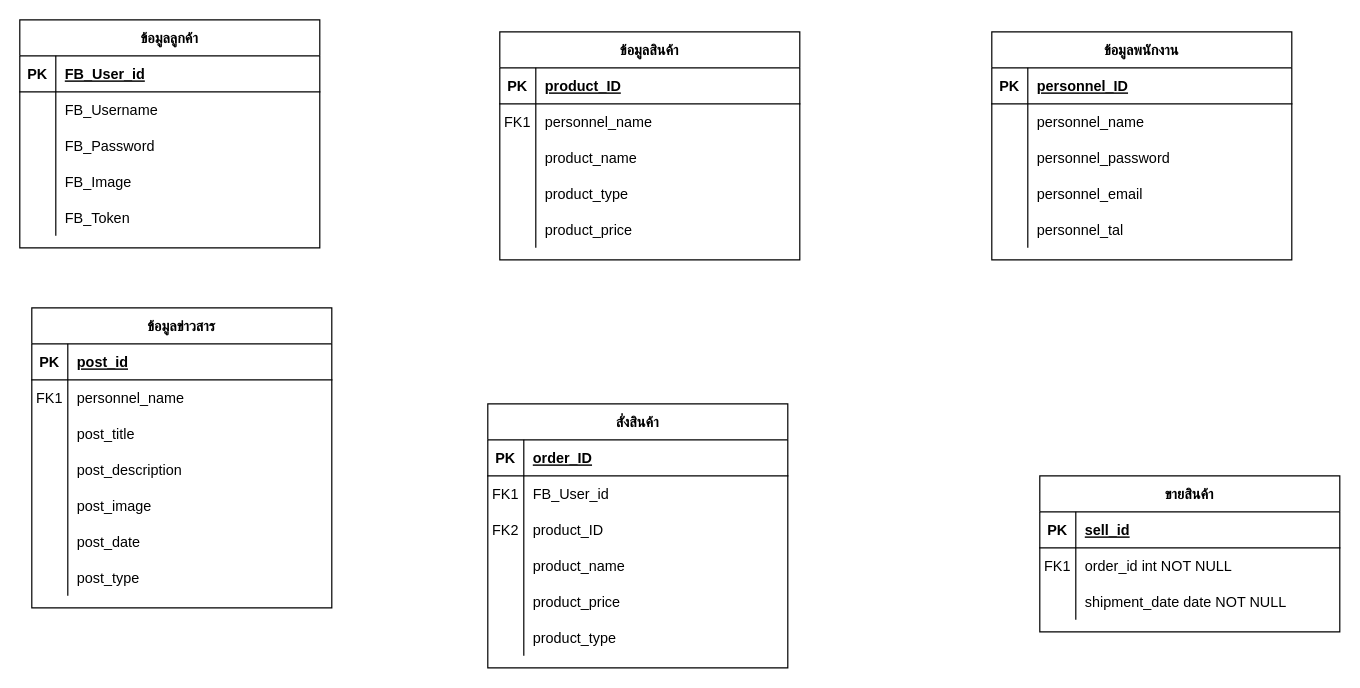
This is ER-DG.drawio from xX-AULGZ-Xx/error.github.io, a draw.io file, before an edit. Source tidied: cells renumbered, new cells numbered last; positions are measured from the earlier drawing's top-left corner, leaving out a move shared by most shapes. Both pictures are drawn from the tidied source at 120%, with x=0, y=0 at pixel (19, 19).
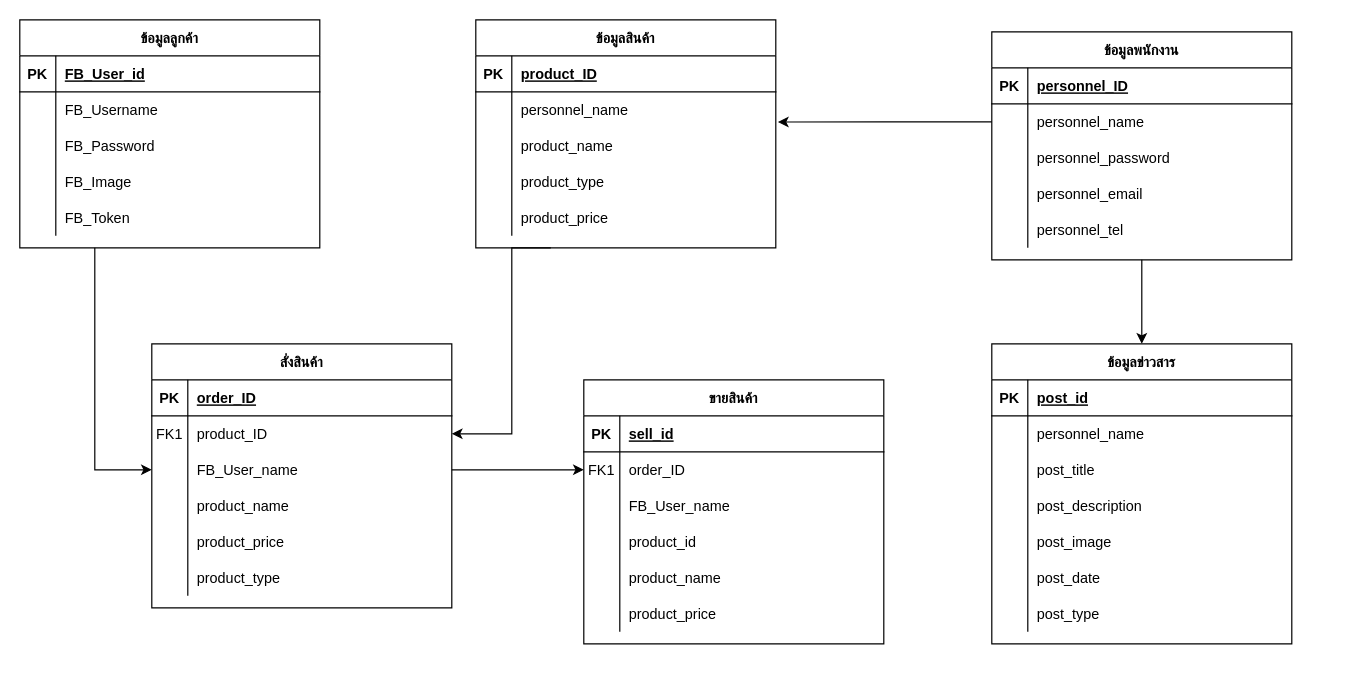
Above is the later version.

Unchanged cells that the change refers to:
```xml
<mxCell id="6" style="shape=partialRectangle;fillColor=none;points=[[0,0.5],[1,0.5]];portConstraint=eastwest;top=0;left=0;right=0;bottom=0;" parent="2" vertex="1">
  <mxGeometry y="60" width="250" height="30" as="geometry" />
</mxCell>
<mxCell id="18" value="ข้อมูลพนักงาน" style="shape=table;startSize=30;childLayout=tableLayout;rowLines=0;fontStyle=1;align=center;" parent="1" vertex="1">
  <mxGeometry x="810" y="10" width="250" height="190" as="geometry" />
</mxCell>
<mxCell id="22" style="shape=partialRectangle;fillColor=none;points=[[0,0.5],[1,0.5]];portConstraint=eastwest;top=0;left=0;right=0;bottom=0;" parent="18" vertex="1">
  <mxGeometry y="60" width="250" height="30" as="geometry" />
</mxCell>
<mxCell id="31" style="shape=partialRectangle;fillColor=none;top=0;left=0;right=0;bottom=0;" parent="18" vertex="1">
  <mxGeometry y="150" width="250" height="30" as="geometry" />
</mxCell>
<mxCell id="34" value="ข้อมูลลูกค้า" style="shape=table;startSize=30;childLayout=tableLayout;rowLines=0;fontStyle=1;align=center;" parent="1" vertex="1">
  <mxGeometry width="250" height="190" as="geometry" />
</mxCell>
<mxCell id="54" style="shape=partialRectangle;fillColor=none;top=0;left=0;right=0;bottom=0;" parent="50" vertex="1">
  <mxGeometry y="60" width="250" height="30" as="geometry" />
</mxCell>
<mxCell id="76" style="shape=partialRectangle;fillColor=none;points=[[0,0.5],[1,0.5]];portConstraint=eastwest;top=0;left=0;right=0;bottom=0;" parent="72" vertex="1">
  <mxGeometry y="60" width="250" height="30" as="geometry" />
</mxCell>
<mxCell id="79" style="shape=partialRectangle;fillColor=none;points=[[0,0.5],[1,0.5]];portConstraint=eastwest;top=0;left=0;right=0;bottom=0;" parent="72" vertex="1">
  <mxGeometry y="90" width="250" height="30" as="geometry" />
</mxCell>
<mxCell id="95" style="shape=partialRectangle;fillColor=none;points=[[0,0.5],[1,0.5]];portConstraint=eastwest;top=0;left=0;right=0;bottom=0;" parent="91" vertex="1">
  <mxGeometry y="60" width="250" height="30" as="geometry" />
</mxCell>
```

The edit, as a diff of the source:
```diff
@@
+    <mxCell id="101" style="edgeStyle=orthogonalEdgeStyle;rounded=0;jettySize=auto;html=1;exitX=0.25;exitY=1;exitDx=0;exitDy=0;entryX=1;entryY=0.5;entryDx=0;entryDy=0;" parent="1" edge="1" source="2" target="76">
+      <mxGeometry relative="1" as="geometry">
+        <Array as="points">
+          <mxPoint x="410" y="190" />
+          <mxPoint x="410" y="345" />
+        </Array>
+      </mxGeometry>
+    </mxCell>
     <mxCell id="2" value="ข้อมูลสินค้า" style="shape=table;startSize=30;childLayout=tableLayout;rowLines=0;fontStyle=1;align=center;" parent="1" vertex="1">
-      <mxGeometry x="400" y="10" width="250" height="190" as="geometry" />
+      <mxGeometry x="380" width="250" height="190" as="geometry" />
     </mxCell>
@@
-    <mxCell id="7" value="FK1" style="shape=partialRectangle;overflow=hidden;fillColor=none;top=0;left=0;bottom=0;right=0;" parent="6" vertex="1">
+    <mxCell id="7" style="shape=partialRectangle;overflow=hidden;fillColor=none;top=0;left=0;bottom=0;right=0;" parent="6" vertex="1">
       <mxGeometry width="30" height="30" as="geometry" />
     </mxCell>
@@
+    <mxCell id="102" style="edgeStyle=orthogonalEdgeStyle;rounded=0;jettySize=auto;html=1;exitX=0.5;exitY=1;exitDx=0;exitDy=0;entryX=0.5;entryY=0;entryDx=0;entryDy=0;" parent="1" edge="1" source="18" target="50">
+      <mxGeometry relative="1" as="geometry" />
+    </mxCell>
@@
-    <mxCell id="33" value="personnel_tal" style="shape=partialRectangle;overflow=hidden;fillColor=none;top=0;left=0;bottom=0;right=0;align=left;spacingLeft=6;" parent="31" vertex="1">
+    <mxCell id="33" value="personnel_tel" style="shape=partialRectangle;overflow=hidden;fillColor=none;top=0;left=0;bottom=0;right=0;align=left;spacingLeft=6;" parent="31" vertex="1">
       <mxGeometry x="30" width="220" height="30" as="geometry" />
     </mxCell>
+    <mxCell id="103" style="edgeStyle=orthogonalEdgeStyle;rounded=0;jettySize=auto;html=1;exitX=0.25;exitY=1;exitDx=0;exitDy=0;entryX=0;entryY=0.5;entryDx=0;entryDy=0;" parent="1" edge="1" source="34" target="79">
+      <mxGeometry relative="1" as="geometry" />
+    </mxCell>
@@
     <mxCell id="50" value="ข้อมูลข่าวสาร" style="shape=table;startSize=30;childLayout=tableLayout;rowLines=0;fontStyle=1;align=center;" parent="1" vertex="1">
-      <mxGeometry x="10" y="240" width="250" height="250" as="geometry" />
+      <mxGeometry x="810" y="270" width="250" height="250" as="geometry" />
     </mxCell>
@@
-    <mxCell id="55" value="FK1" style="shape=partialRectangle;overflow=hidden;fillColor=none;top=0;left=0;bottom=0;right=0;" parent="54" vertex="1">
+    <mxCell id="55" style="shape=partialRectangle;overflow=hidden;fillColor=none;top=0;left=0;bottom=0;right=0;" parent="54" vertex="1">
       <mxGeometry width="30" height="30" as="geometry" />
     </mxCell>
@@
     <mxCell id="72" value="สั่งสินค้า" style="shape=table;startSize=30;childLayout=tableLayout;rowLines=0;fontStyle=1;align=center;" parent="1" vertex="1">
-      <mxGeometry x="390" y="320" width="250" height="220" as="geometry" />
+      <mxGeometry x="110" y="270" width="250" height="220" as="geometry" />
     </mxCell>
@@
-    <mxCell id="78" value="FB_User_id" style="shape=partialRectangle;overflow=hidden;fillColor=none;top=0;left=0;bottom=0;right=0;align=left;spacingLeft=6;" parent="76" vertex="1">
+    <mxCell id="78" value="product_ID" style="shape=partialRectangle;overflow=hidden;fillColor=none;top=0;left=0;bottom=0;right=0;align=left;spacingLeft=6;" parent="76" vertex="1">
       <mxGeometry x="30" width="220" height="30" as="geometry" />
     </mxCell>
@@
-    <mxCell id="80" value="FK2" style="shape=partialRectangle;overflow=hidden;fillColor=none;top=0;left=0;bottom=0;right=0;" parent="79" vertex="1">
+    <mxCell id="80" style="shape=partialRectangle;overflow=hidden;fillColor=none;top=0;left=0;bottom=0;right=0;" parent="79" vertex="1">
       <mxGeometry width="30" height="30" as="geometry" />
     </mxCell>
-    <mxCell id="81" value="product_ID" style="shape=partialRectangle;overflow=hidden;fillColor=none;top=0;left=0;bottom=0;right=0;align=left;spacingLeft=6;" parent="79" vertex="1">
+    <mxCell id="81" value="FB_User_name" style="shape=partialRectangle;overflow=hidden;fillColor=none;top=0;left=0;bottom=0;right=0;align=left;spacingLeft=6;" parent="79" vertex="1">
       <mxGeometry x="30" width="220" height="30" as="geometry" />
     </mxCell>
@@
     <mxCell id="91" value="ขายสินค้า" style="shape=table;startSize=30;childLayout=tableLayout;rowLines=0;fontStyle=1;align=center;" parent="1" vertex="1">
-      <mxGeometry x="850" y="380" width="250" height="130" as="geometry" />
+      <mxGeometry x="470" y="300" width="250" height="220" as="geometry" />
     </mxCell>
@@
-    <mxCell id="97" value="order_id int NOT NULL" style="shape=partialRectangle;overflow=hidden;fillColor=none;top=0;left=0;bottom=0;right=0;align=left;spacingLeft=6;" parent="95" vertex="1">
+    <mxCell id="97" value="order_ID" style="shape=partialRectangle;overflow=hidden;fillColor=none;top=0;left=0;bottom=0;right=0;align=left;spacingLeft=6;" parent="95" vertex="1">
       <mxGeometry x="30" width="220" height="30" as="geometry" />
     </mxCell>
+    <mxCell id="104" style="shape=partialRectangle;fillColor=none;top=0;left=0;right=0;bottom=0;" parent="91" vertex="1">
+      <mxGeometry y="90" width="250" height="30" as="geometry" />
+    </mxCell>
+    <mxCell id="105" style="shape=partialRectangle;overflow=hidden;fillColor=none;top=0;left=0;bottom=0;right=0;" parent="104" vertex="1">
+      <mxGeometry width="30" height="30" as="geometry" />
+    </mxCell>
+    <mxCell id="106" value="FB_User_name" style="shape=partialRectangle;overflow=hidden;fillColor=none;top=0;left=0;bottom=0;right=0;align=left;spacingLeft=6;" parent="104" vertex="1">
+      <mxGeometry x="30" width="220" height="30" as="geometry" />
+    </mxCell>
     <mxCell id="98" style="shape=partialRectangle;fillColor=none;top=0;left=0;right=0;bottom=0;" parent="91" vertex="1">
-      <mxGeometry y="90" width="250" height="30" as="geometry" />
+      <mxGeometry y="120" width="250" height="30" as="geometry" />
     </mxCell>
@@
-    <mxCell id="100" value="shipment_date date NOT NULL" style="shape=partialRectangle;overflow=hidden;fillColor=none;top=0;left=0;bottom=0;right=0;align=left;spacingLeft=6;" parent="98" vertex="1">
+    <mxCell id="100" value="product_id" style="shape=partialRectangle;overflow=hidden;fillColor=none;top=0;left=0;bottom=0;right=0;align=left;spacingLeft=6;" parent="98" vertex="1">
       <mxGeometry x="30" width="220" height="30" as="geometry" />
     </mxCell>
+    <mxCell id="107" style="shape=partialRectangle;fillColor=none;top=0;left=0;right=0;bottom=0;" parent="91" vertex="1">
+      <mxGeometry y="150" width="250" height="30" as="geometry" />
+    </mxCell>
+    <mxCell id="108" style="shape=partialRectangle;overflow=hidden;fillColor=none;top=0;left=0;bottom=0;right=0;" parent="107" vertex="1">
+      <mxGeometry width="30" height="30" as="geometry" />
+    </mxCell>
+    <mxCell id="109" value="product_name" style="shape=partialRectangle;overflow=hidden;fillColor=none;top=0;left=0;bottom=0;right=0;align=left;spacingLeft=6;" parent="107" vertex="1">
+      <mxGeometry x="30" width="220" height="30" as="geometry" />
+    </mxCell>
+    <mxCell id="110" style="shape=partialRectangle;fillColor=none;top=0;left=0;right=0;bottom=0;" parent="91" vertex="1">
+      <mxGeometry y="180" width="250" height="30" as="geometry" />
+    </mxCell>
+    <mxCell id="111" style="shape=partialRectangle;overflow=hidden;fillColor=none;top=0;left=0;bottom=0;right=0;" parent="110" vertex="1">
+      <mxGeometry width="30" height="30" as="geometry" />
+    </mxCell>
+    <mxCell id="112" value="product_price" style="shape=partialRectangle;overflow=hidden;fillColor=none;top=0;left=0;bottom=0;right=0;align=left;spacingLeft=6;" parent="110" vertex="1">
+      <mxGeometry x="30" width="220" height="30" as="geometry" />
+    </mxCell>
+    <mxCell id="113" style="edgeStyle=orthogonalEdgeStyle;rounded=0;jettySize=auto;html=1;exitX=0;exitY=0.5;exitDx=0;exitDy=0;entryX=1.007;entryY=0.839;entryDx=0;entryDy=0;entryPerimeter=0;" parent="1" edge="1" source="22" target="6">
+      <mxGeometry relative="1" as="geometry" />
+    </mxCell>
+    <mxCell id="114" style="edgeStyle=orthogonalEdgeStyle;rounded=0;jettySize=auto;html=1;exitX=1;exitY=0.5;exitDx=0;exitDy=0;entryX=0;entryY=0.5;entryDx=0;entryDy=0;" parent="1" edge="1" source="79" target="95">
+      <mxGeometry relative="1" as="geometry" />
+    </mxCell>
```
